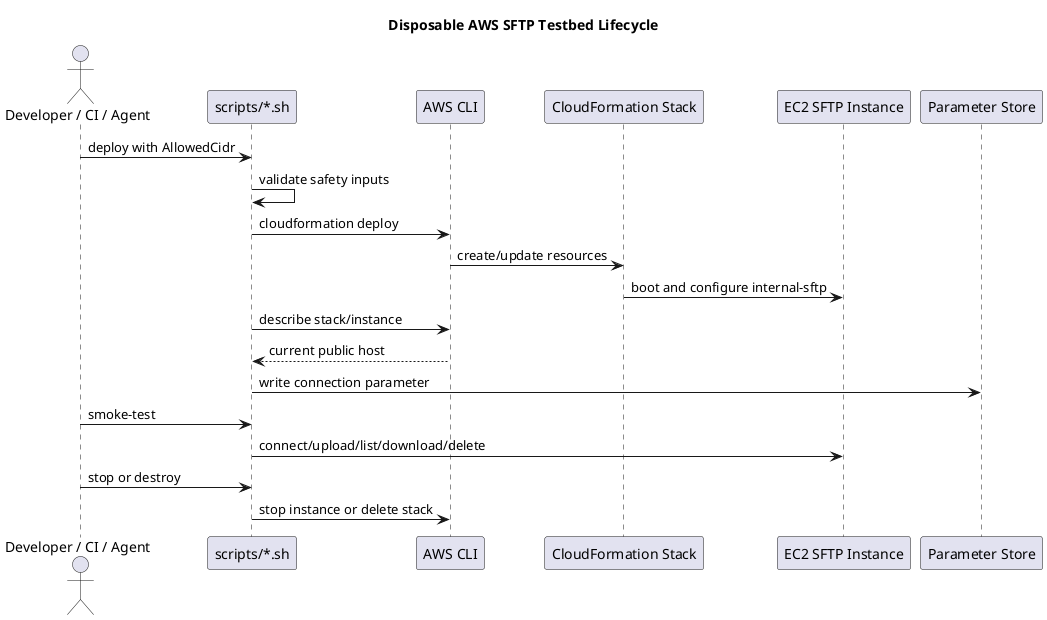
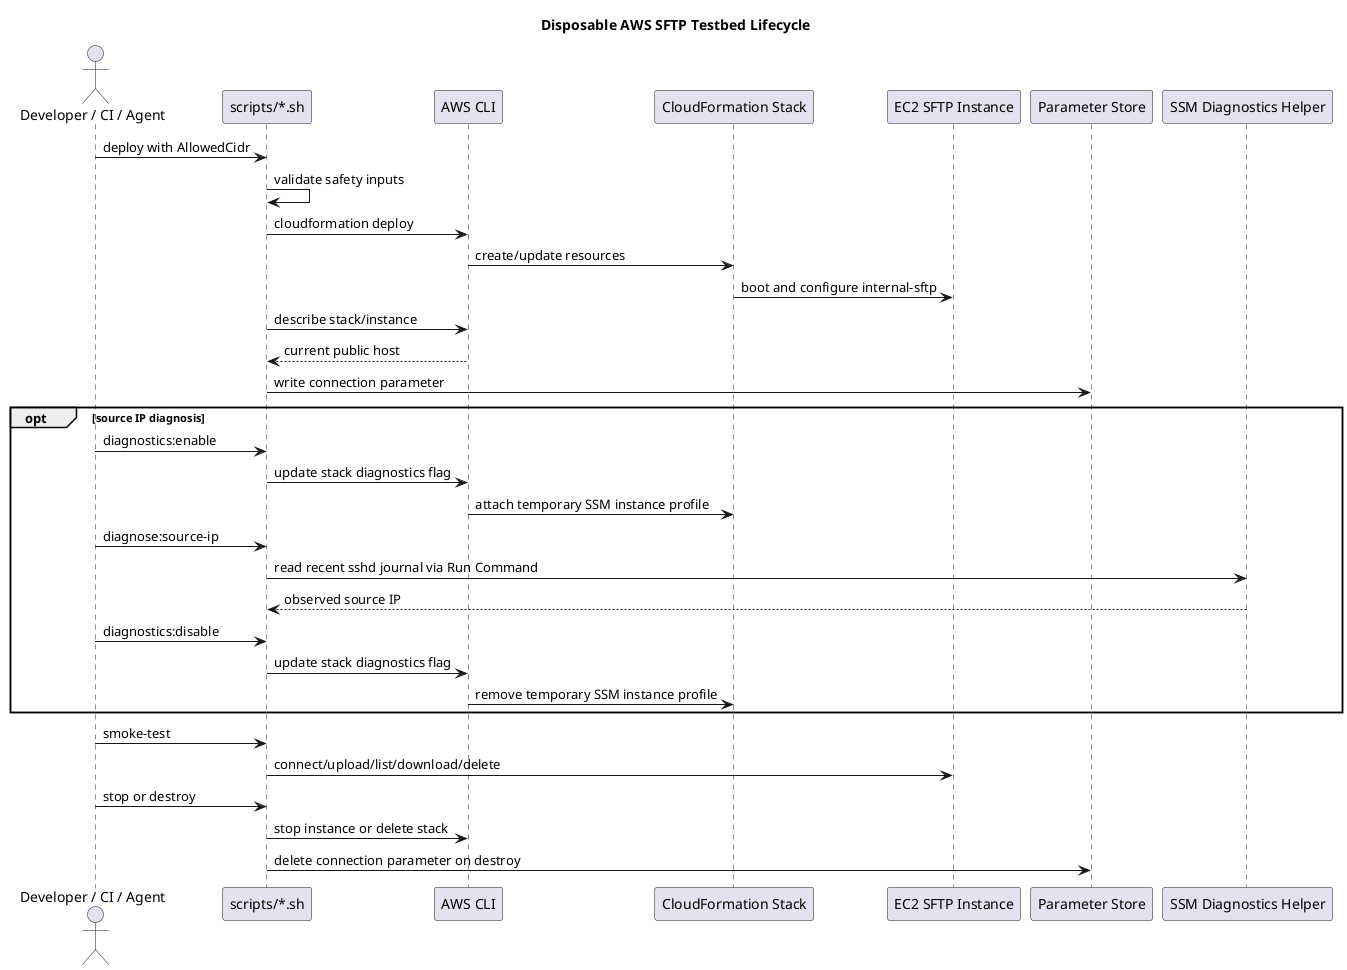
@startuml
title Disposable AWS SFTP Testbed Lifecycle

actor "Developer / CI / Agent" as User
participant "scripts/*.sh" as Scripts
participant "AWS CLI" as AwsCli
participant "CloudFormation Stack" as Stack
participant "EC2 SFTP Instance" as Ec2
participant "Parameter Store" as Parameters
+ participant "SSM Diagnostics Helper" as Diagnostics

User -> Scripts: deploy with AllowedCidr
Scripts -> Scripts: validate safety inputs
Scripts -> AwsCli: cloudformation deploy
AwsCli -> Stack: create/update resources
Stack -> Ec2: boot and configure internal-sftp
Scripts -> AwsCli: describe stack/instance
AwsCli --> Scripts: current public host
Scripts -> Parameters: write connection parameter

+ opt source IP diagnosis
+   User -> Scripts: diagnostics:enable
+   Scripts -> AwsCli: update stack diagnostics flag
+   AwsCli -> Stack: attach temporary SSM instance profile
+   User -> Scripts: diagnose:source-ip
+   Scripts -> Diagnostics: read recent sshd journal via Run Command
+   Diagnostics --> Scripts: observed source IP
+   User -> Scripts: diagnostics:disable
+   Scripts -> AwsCli: update stack diagnostics flag
+   AwsCli -> Stack: remove temporary SSM instance profile
+ end
+ 
User -> Scripts: smoke-test
Scripts -> Ec2: connect/upload/list/download/delete

User -> Scripts: stop or destroy
Scripts -> AwsCli: stop instance or delete stack
+ Scripts -> Parameters: delete connection parameter on destroy
@enduml
